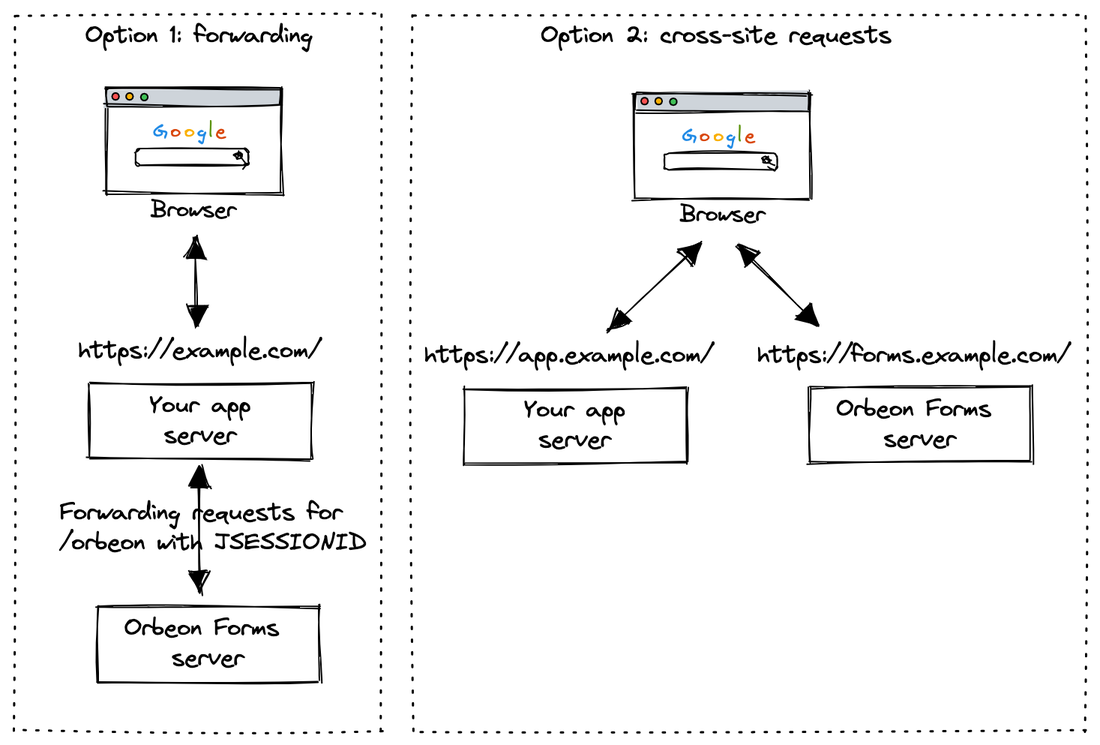
This is form-runner/link-embed/images/javascript-api-network.png from orbeon/orbeon-forms-doc, a Excalidraw export, as it was before one commit. Source tidied: one line per element, renumbered; positions are measured from the earlier drawing's top-left corner, leaving out a move shared by most shapes.
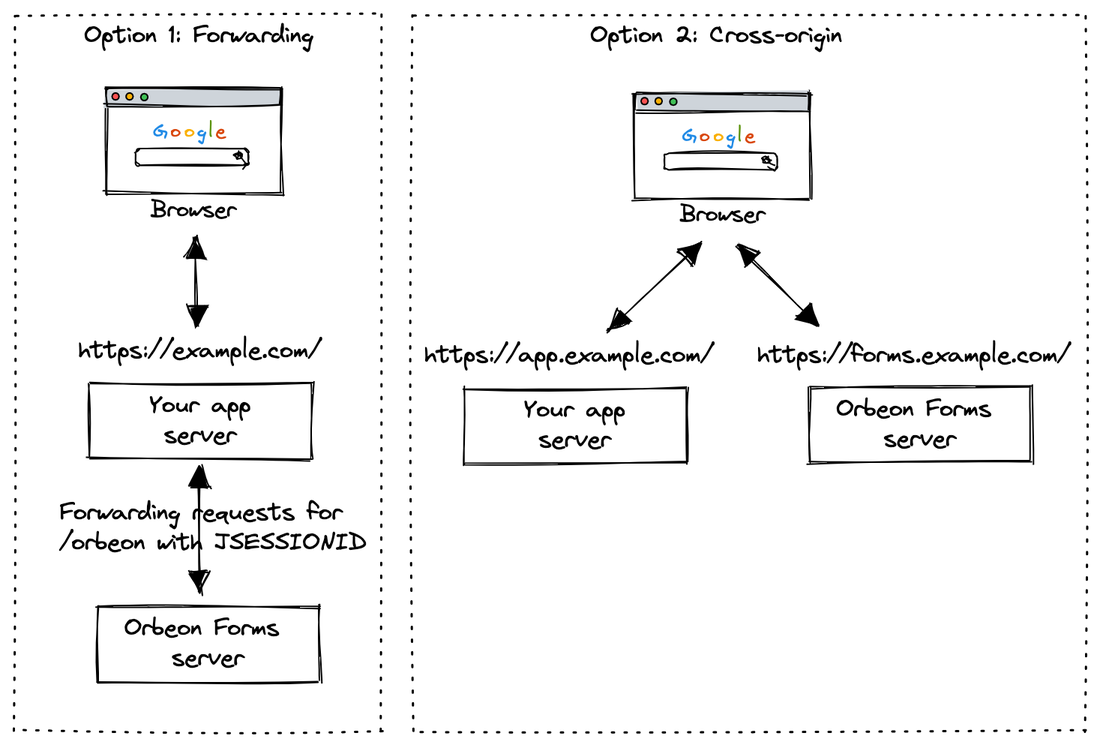
Above is the later version.

Commit message:
Consistent naming

Change to the diagram source:
```diff
@@ -40,8 +40,8 @@
 {"id": 39, "type": "arrow", "strokeColor": "#000000", "strokeWidth": 1, "roughness": 1, "startArrowhead": "triangle", "endArrowhead": "triangle", "from": 15, "to": 41, "x": 119, "y": 148, "width": 3, "height": 59, "points": [[0, 0], [3, 59]]}
 {"id": 40, "type": "text", "text": "https://app.example.com/", "strokeColor": "#000000", "strokeWidth": 1, "roughness": 1, "fontSize": 16, "fontFamily": 1, "x": 273, "y": 217, "width": 192, "height": 20}
 {"id": 41, "type": "text", "text": "https://example.com/", "strokeColor": "#000000", "strokeWidth": 1, "roughness": 1, "fontSize": 16, "fontFamily": 1, "x": 42, "y": 214, "width": 161, "height": 20}
-{"id": 42, "type": "text", "text": "Option 1: forwarding", "strokeColor": "#000000", "strokeWidth": 1, "roughness": 1, "fontSize": 16, "fontFamily": 1, "textAlign": "center", "x": 47, "y": 4, "width": 152, "height": 20}
+{"id": 42, "type": "text", "text": "Option 1: Forwarding", "strokeColor": "#000000", "strokeWidth": 1, "roughness": 1, "fontSize": 16, "fontFamily": 1, "textAlign": "center", "x": 46, "y": 4, "width": 153, "height": 20}
-{"id": 43, "type": "text", "text": "Option 2: cross-site requests", "strokeColor": "#000000", "strokeWidth": 1, "roughness": 1, "fontSize": 16, "fontFamily": 1, "textAlign": "center", "x": 351, "y": 4, "width": 234, "height": 20}
+{"id": 43, "type": "text", "text": "Option 2: Cross-origin", "strokeColor": "#000000", "strokeWidth": 1, "roughness": 1, "fontSize": 16, "fontFamily": 1, "textAlign": "center", "x": 384, "y": 4, "width": 168, "height": 20}
 {"id": 44, "type": "text", "text": "https://forms.example.com/", "strokeColor": "#000000", "strokeWidth": 1, "roughness": 1, "fontSize": 16, "fontFamily": 1, "x": 495, "y": 217, "width": 208, "height": 20}
 {"id": 45, "type": "text", "text": "Forwarding requests for\n/orbeon with JSESSIONID", "strokeColor": "#000000", "strokeWidth": 1, "roughness": 1, "fontSize": 16, "fontFamily": 1, "x": 30, "y": 322, "width": 205, "height": 40}
 {"id": 46, "type": "arrow", "strokeColor": "#000000", "strokeWidth": 1, "roughness": 1, "startArrowhead": "triangle", "endArrowhead": "triangle", "from": 0, "to": 44, "x": 481, "y": 154, "width": 53, "height": 53, "points": [[0, 0], [53, 53]]}
```
